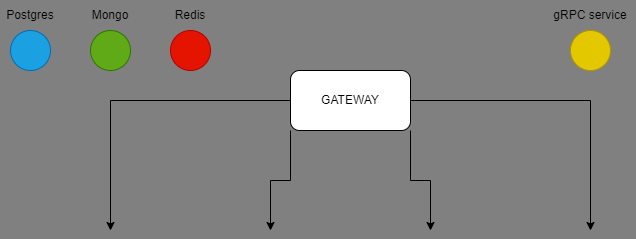
alserov/device-shop keeps this draw.io diagram as docs/schema.png. Above is the earlier version. Source tidied: cells renumbered, new cells last; positions are measured from the earlier drawing's top-left corner, leaving out a move shared by most shapes. The source it was exported from:
```xml
<mxGraphModel background="#808080">
  <root>
    <mxCell id="0" />
    <mxCell id="1" parent="0" />
    <mxCell id="2" style="edgeStyle=orthogonalEdgeStyle;rounded=0;jettySize=auto;html=1;exitX=0;exitY=0.5;exitDx=0;exitDy=0;entryX=0.5;entryY=0;entryDx=0;entryDy=0;fontSize=17;" parent="1" edge="1" source="6">
      <mxGeometry relative="1" as="geometry">
        <mxPoint x="110" y="230" as="targetPoint" />
      </mxGeometry>
    </mxCell>
    <mxCell id="3" style="edgeStyle=orthogonalEdgeStyle;rounded=0;jettySize=auto;html=1;exitX=1;exitY=1;exitDx=0;exitDy=0;entryX=0.5;entryY=0;entryDx=0;entryDy=0;fontSize=17;" parent="1" edge="1" source="6">
      <mxGeometry relative="1" as="geometry">
        <mxPoint x="430" y="230" as="targetPoint" />
      </mxGeometry>
    </mxCell>
    <mxCell id="4" style="edgeStyle=orthogonalEdgeStyle;rounded=0;jettySize=auto;html=1;exitX=1;exitY=0.5;exitDx=0;exitDy=0;entryX=0.5;entryY=0;entryDx=0;entryDy=0;fontSize=17;" parent="1" edge="1" source="6">
      <mxGeometry relative="1" as="geometry">
        <mxPoint x="590" y="230" as="targetPoint" />
      </mxGeometry>
    </mxCell>
    <mxCell id="5" style="edgeStyle=orthogonalEdgeStyle;rounded=0;jettySize=auto;html=1;exitX=0;exitY=1;exitDx=0;exitDy=0;fontSize=17;" parent="1" edge="1" source="6">
      <mxGeometry relative="1" as="geometry">
        <mxPoint x="270" y="230" as="targetPoint" />
      </mxGeometry>
    </mxCell>
    <mxCell id="6" value="GATEWAY" style="rounded=1;whiteSpace=wrap;html=1;" parent="1" vertex="1">
      <mxGeometry x="290" y="70" width="120" height="60" as="geometry" />
    </mxCell>
    <mxCell id="7" style="ellipse;whiteSpace=wrap;html=1;fillColor=#1ba1e2;strokeColor=#006EAF;fontColor=#ffffff;" parent="1" vertex="1">
      <mxGeometry x="10" y="30" width="40" height="40" as="geometry" />
    </mxCell>
    <mxCell id="8" value="Postgres" style="text;html=1;strokeColor=none;fillColor=none;align=center;verticalAlign=middle;whiteSpace=wrap;rounded=0;" parent="1" vertex="1">
      <mxGeometry width="60" height="30" as="geometry" />
    </mxCell>
    <mxCell id="9" style="ellipse;whiteSpace=wrap;html=1;fillColor=#60a917;strokeColor=#2D7600;fontColor=#ffffff;" parent="1" vertex="1">
      <mxGeometry x="90" y="30" width="40" height="40" as="geometry" />
    </mxCell>
    <mxCell id="10" value="Mongo" style="text;html=1;strokeColor=none;fillColor=none;align=center;verticalAlign=middle;whiteSpace=wrap;rounded=0;" parent="1" vertex="1">
      <mxGeometry x="80" width="60" height="30" as="geometry" />
    </mxCell>
    <mxCell id="11" style="ellipse;whiteSpace=wrap;html=1;fillColor=#e51400;strokeColor=#B20000;fontColor=#ffffff;" parent="1" vertex="1">
      <mxGeometry x="170" y="30" width="40" height="40" as="geometry" />
    </mxCell>
    <mxCell id="12" value="Redis" style="text;html=1;strokeColor=none;fillColor=none;align=center;verticalAlign=middle;whiteSpace=wrap;rounded=0;" parent="1" vertex="1">
      <mxGeometry x="160" width="60" height="30" as="geometry" />
    </mxCell>
    <mxCell id="13" style="ellipse;whiteSpace=wrap;html=1;fillColor=#e3c800;strokeColor=#B09500;fontColor=#000000;" parent="1" vertex="1">
      <mxGeometry x="570" y="30" width="40" height="40" as="geometry" />
    </mxCell>
    <mxCell id="14" value="gRPC service" style="text;html=1;strokeColor=none;fillColor=none;align=center;verticalAlign=middle;whiteSpace=wrap;rounded=0;" parent="1" vertex="1">
      <mxGeometry x="545" width="90" height="30" as="geometry" />
    </mxCell>
  </root>
</mxGraphModel>
```
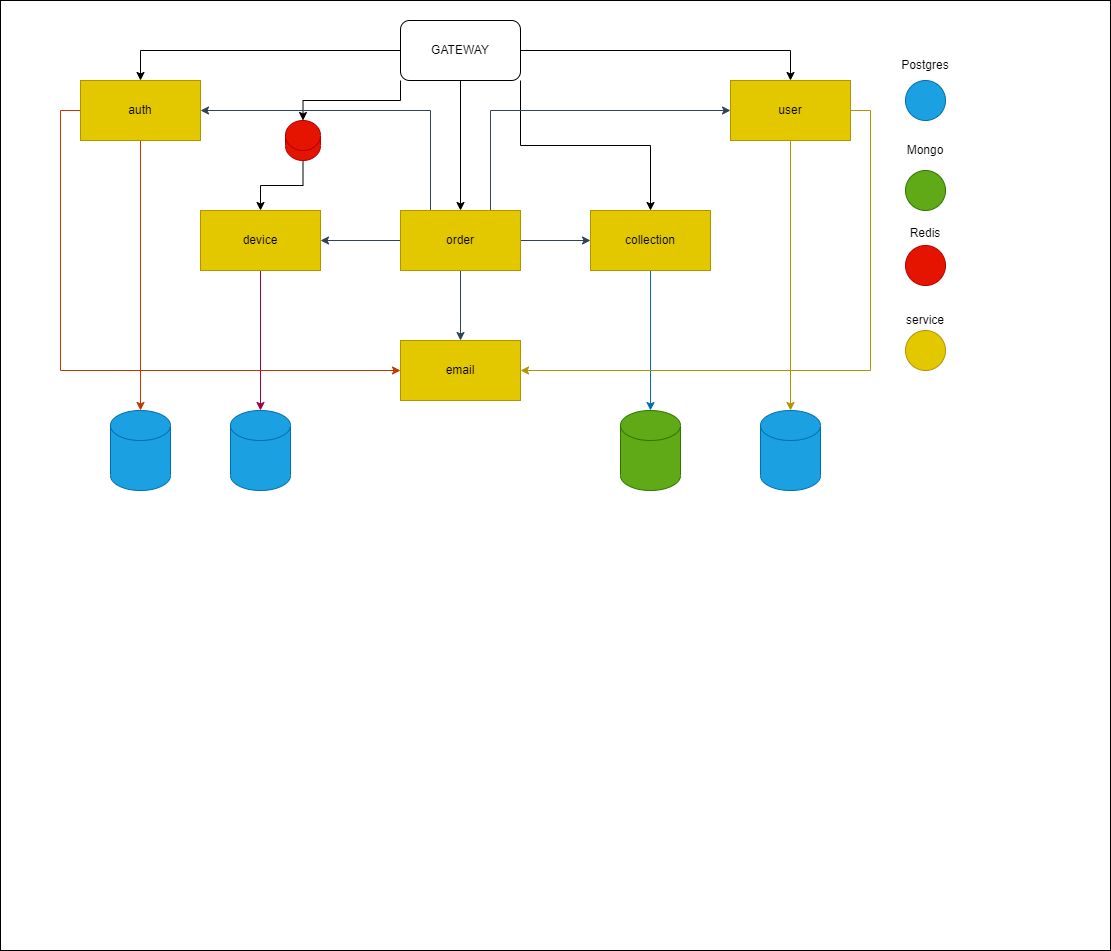
Later version of the same file.

Diff of the diagram source:
```diff
@@ -2,52 +2,119 @@
   <root>
     <mxCell id="0" />
     <mxCell id="1" parent="0" />
-    <mxCell id="2" style="edgeStyle=orthogonalEdgeStyle;rounded=0;jettySize=auto;html=1;exitX=0;exitY=0.5;exitDx=0;exitDy=0;entryX=0.5;entryY=0;entryDx=0;entryDy=0;fontSize=17;" parent="1" edge="1" source="6">
-      <mxGeometry relative="1" as="geometry">
-        <mxPoint x="110" y="230" as="targetPoint" />
-      </mxGeometry>
-    </mxCell>
-    <mxCell id="3" style="edgeStyle=orthogonalEdgeStyle;rounded=0;jettySize=auto;html=1;exitX=1;exitY=1;exitDx=0;exitDy=0;entryX=0.5;entryY=0;entryDx=0;entryDy=0;fontSize=17;" parent="1" edge="1" source="6">
-      <mxGeometry relative="1" as="geometry">
-        <mxPoint x="430" y="230" as="targetPoint" />
-      </mxGeometry>
-    </mxCell>
-    <mxCell id="4" style="edgeStyle=orthogonalEdgeStyle;rounded=0;jettySize=auto;html=1;exitX=1;exitY=0.5;exitDx=0;exitDy=0;entryX=0.5;entryY=0;entryDx=0;entryDy=0;fontSize=17;" parent="1" edge="1" source="6">
-      <mxGeometry relative="1" as="geometry">
-        <mxPoint x="590" y="230" as="targetPoint" />
-      </mxGeometry>
-    </mxCell>
-    <mxCell id="5" style="edgeStyle=orthogonalEdgeStyle;rounded=0;jettySize=auto;html=1;exitX=0;exitY=1;exitDx=0;exitDy=0;fontSize=17;" parent="1" edge="1" source="6">
-      <mxGeometry relative="1" as="geometry">
-        <mxPoint x="270" y="230" as="targetPoint" />
-      </mxGeometry>
-    </mxCell>
+    <mxCell id="15" style="rounded=0;whiteSpace=wrap;html=1;" parent="1" vertex="1">
+      <mxGeometry x="-90" y="-50" width="1110" height="950" as="geometry" />
+    </mxCell>
+    <mxCell id="16" style="edgeStyle=orthogonalEdgeStyle;rounded=0;jettySize=auto;html=1;exitX=0;exitY=0.5;exitDx=0;exitDy=0;entryX=0.5;entryY=0;entryDx=0;entryDy=0;fontSize=17;" parent="1" edge="1" source="6" target="25">
+      <mxGeometry relative="1" as="geometry" />
+    </mxCell>
+    <mxCell id="17" style="edgeStyle=orthogonalEdgeStyle;rounded=0;jettySize=auto;html=1;exitX=1;exitY=0.5;exitDx=0;exitDy=0;entryX=0.5;entryY=0;entryDx=0;entryDy=0;fontSize=17;" parent="1" edge="1" source="6" target="34">
+      <mxGeometry relative="1" as="geometry" />
+    </mxCell>
+    <mxCell id="18" style="edgeStyle=orthogonalEdgeStyle;rounded=0;jettySize=auto;html=1;exitX=1;exitY=1;exitDx=0;exitDy=0;" parent="1" edge="1" source="6" target="30">
+      <mxGeometry relative="1" as="geometry" />
+    </mxCell>
+    <mxCell id="19" style="edgeStyle=orthogonalEdgeStyle;rounded=0;jettySize=auto;html=1;exitX=0;exitY=1;exitDx=0;exitDy=0;entryX=0.5;entryY=0;entryDx=0;entryDy=0;entryPerimeter=0;" parent="1" edge="1" source="6" target="37">
+      <mxGeometry relative="1" as="geometry" />
+    </mxCell>
+    <mxCell id="20" style="edgeStyle=orthogonalEdgeStyle;rounded=0;jettySize=auto;html=1;exitX=0.5;exitY=1;exitDx=0;exitDy=0;" parent="1" edge="1" source="6" target="43">
+      <mxGeometry relative="1" as="geometry" />
+    </mxCell>
     <mxCell id="6" value="GATEWAY" style="rounded=1;whiteSpace=wrap;html=1;" parent="1" vertex="1">
-      <mxGeometry x="290" y="70" width="120" height="60" as="geometry" />
+      <mxGeometry x="310" y="-30" width="120" height="60" as="geometry" />
     </mxCell>
+    <mxCell id="21" style="edgeStyle=orthogonalEdgeStyle;rounded=0;jettySize=auto;html=1;exitX=0.5;exitY=1;exitDx=0;exitDy=0;entryX=0.5;entryY=0;entryDx=0;entryDy=0;entryPerimeter=0;fillColor=#d80073;strokeColor=#A50040;" parent="1" edge="1" source="22" target="28">
+      <mxGeometry relative="1" as="geometry" />
+    </mxCell>
+    <mxCell id="22" value="device" style="rounded=0;whiteSpace=wrap;html=1;fillColor=#e3c800;fontColor=#000000;strokeColor=#B09500;" parent="1" vertex="1">
+      <mxGeometry x="110" y="160" width="120" height="60" as="geometry" />
+    </mxCell>
+    <mxCell id="23" style="edgeStyle=orthogonalEdgeStyle;rounded=0;jettySize=auto;html=1;exitX=0.5;exitY=1;exitDx=0;exitDy=0;entryX=0.5;entryY=0;entryDx=0;entryDy=0;entryPerimeter=0;fillColor=#fa6800;strokeColor=#C73500;" parent="1" edge="1" source="25" target="27">
+      <mxGeometry relative="1" as="geometry" />
+    </mxCell>
+    <mxCell id="24" style="edgeStyle=orthogonalEdgeStyle;rounded=0;jettySize=auto;html=1;exitX=0;exitY=0.5;exitDx=0;exitDy=0;entryX=0;entryY=0.5;entryDx=0;entryDy=0;fillColor=#fa6800;strokeColor=#C73500;" parent="1" edge="1" source="25" target="26">
+      <mxGeometry relative="1" as="geometry" />
+    </mxCell>
+    <mxCell id="25" value="auth" style="rounded=0;whiteSpace=wrap;html=1;fillColor=#e3c800;fontColor=#000000;strokeColor=#B09500;" parent="1" vertex="1">
+      <mxGeometry x="-10" y="30" width="120" height="60" as="geometry" />
+    </mxCell>
+    <mxCell id="26" value="email" style="rounded=0;whiteSpace=wrap;html=1;fillColor=#e3c800;fontColor=#000000;strokeColor=#B09500;" parent="1" vertex="1">
+      <mxGeometry x="310" y="290" width="120" height="60" as="geometry" />
+    </mxCell>
+    <mxCell id="27" style="shape=cylinder3;whiteSpace=wrap;html=1;boundedLbl=1;backgroundOutline=1;size=15;labelBackgroundColor=#FFFF00;fillColor=#1ba1e2;fontColor=#ffffff;strokeColor=#006EAF;" parent="1" vertex="1">
+      <mxGeometry x="20" y="360" width="60" height="80" as="geometry" />
+    </mxCell>
+    <mxCell id="28" style="shape=cylinder3;whiteSpace=wrap;html=1;boundedLbl=1;backgroundOutline=1;size=15;labelBackgroundColor=#FFFF00;fillColor=#1ba1e2;fontColor=#ffffff;strokeColor=#006EAF;" parent="1" vertex="1">
+      <mxGeometry x="140" y="360" width="60" height="80" as="geometry" />
+    </mxCell>
+    <mxCell id="29" style="edgeStyle=orthogonalEdgeStyle;rounded=0;jettySize=auto;html=1;exitX=0.5;exitY=1;exitDx=0;exitDy=0;entryX=0.5;entryY=0;entryDx=0;entryDy=0;entryPerimeter=0;fillColor=#1ba1e2;strokeColor=#006EAF;" parent="1" edge="1" source="30" target="31">
+      <mxGeometry relative="1" as="geometry" />
+    </mxCell>
+    <mxCell id="30" value="collection" style="rounded=0;whiteSpace=wrap;html=1;fillColor=#e3c800;fontColor=#000000;strokeColor=#B09500;" parent="1" vertex="1">
+      <mxGeometry x="500" y="160" width="120" height="60" as="geometry" />
+    </mxCell>
+    <mxCell id="31" style="shape=cylinder3;whiteSpace=wrap;html=1;boundedLbl=1;backgroundOutline=1;size=15;labelBackgroundColor=#FFFF00;fillColor=#60a917;fontColor=#ffffff;strokeColor=#2D7600;" parent="1" vertex="1">
+      <mxGeometry x="530" y="360" width="60" height="80" as="geometry" />
+    </mxCell>
+    <mxCell id="32" style="edgeStyle=orthogonalEdgeStyle;rounded=0;jettySize=auto;html=1;exitX=0.5;exitY=1;exitDx=0;exitDy=0;entryX=0.5;entryY=0;entryDx=0;entryDy=0;entryPerimeter=0;fillColor=#e3c800;strokeColor=#B09500;" parent="1" edge="1" source="34" target="35">
+      <mxGeometry relative="1" as="geometry" />
+    </mxCell>
+    <mxCell id="33" style="edgeStyle=orthogonalEdgeStyle;rounded=0;jettySize=auto;html=1;exitX=1;exitY=0.5;exitDx=0;exitDy=0;entryX=1;entryY=0.5;entryDx=0;entryDy=0;fillColor=#e3c800;strokeColor=#B09500;" parent="1" edge="1" source="34" target="26">
+      <mxGeometry relative="1" as="geometry" />
+    </mxCell>
+    <mxCell id="34" value="user" style="rounded=0;whiteSpace=wrap;html=1;fillColor=#e3c800;fontColor=#000000;strokeColor=#B09500;" parent="1" vertex="1">
+      <mxGeometry x="640" y="30" width="120" height="60" as="geometry" />
+    </mxCell>
+    <mxCell id="35" style="shape=cylinder3;whiteSpace=wrap;html=1;boundedLbl=1;backgroundOutline=1;size=15;labelBackgroundColor=#FFFF00;fillColor=#1ba1e2;fontColor=#ffffff;strokeColor=#006EAF;" parent="1" vertex="1">
+      <mxGeometry x="670" y="360" width="60" height="80" as="geometry" />
+    </mxCell>
+    <mxCell id="36" style="edgeStyle=orthogonalEdgeStyle;rounded=0;jettySize=auto;html=1;exitX=0.5;exitY=1;exitDx=0;exitDy=0;exitPerimeter=0;entryX=0.5;entryY=0;entryDx=0;entryDy=0;" parent="1" edge="1" source="37" target="22">
+      <mxGeometry relative="1" as="geometry" />
+    </mxCell>
+    <mxCell id="37" style="shape=cylinder3;whiteSpace=wrap;html=1;boundedLbl=1;backgroundOutline=1;size=15;labelBackgroundColor=none;fillColor=#e51400;fontColor=#ffffff;strokeColor=#B20000;" parent="1" vertex="1">
+      <mxGeometry x="195" y="70" width="35" height="40" as="geometry" />
+    </mxCell>
+    <mxCell id="38" style="edgeStyle=orthogonalEdgeStyle;rounded=0;jettySize=auto;html=1;exitX=1;exitY=0.5;exitDx=0;exitDy=0;entryX=0;entryY=0.5;entryDx=0;entryDy=0;fillColor=#647687;strokeColor=#314354;" parent="1" edge="1" source="43" target="30">
+      <mxGeometry relative="1" as="geometry" />
+    </mxCell>
+    <mxCell id="39" style="edgeStyle=orthogonalEdgeStyle;rounded=0;jettySize=auto;html=1;exitX=0.75;exitY=0;exitDx=0;exitDy=0;entryX=0;entryY=0.5;entryDx=0;entryDy=0;fillColor=#647687;strokeColor=#314354;" parent="1" edge="1" source="43" target="34">
+      <mxGeometry relative="1" as="geometry" />
+    </mxCell>
+    <mxCell id="40" style="edgeStyle=orthogonalEdgeStyle;rounded=0;jettySize=auto;html=1;exitX=0;exitY=0.5;exitDx=0;exitDy=0;entryX=1;entryY=0.5;entryDx=0;entryDy=0;fillColor=#647687;strokeColor=#314354;" parent="1" edge="1" source="43" target="22">
+      <mxGeometry relative="1" as="geometry" />
+    </mxCell>
+    <mxCell id="41" style="edgeStyle=orthogonalEdgeStyle;rounded=0;jettySize=auto;html=1;exitX=0.25;exitY=0;exitDx=0;exitDy=0;entryX=1;entryY=0.5;entryDx=0;entryDy=0;fillColor=#647687;strokeColor=#314354;" parent="1" edge="1" source="43" target="25">
+      <mxGeometry relative="1" as="geometry" />
+    </mxCell>
+    <mxCell id="42" style="edgeStyle=orthogonalEdgeStyle;rounded=0;jettySize=auto;html=1;exitX=0.5;exitY=1;exitDx=0;exitDy=0;entryX=0.5;entryY=0;entryDx=0;entryDy=0;fillColor=#647687;strokeColor=#314354;" parent="1" edge="1" source="43" target="26">
+      <mxGeometry relative="1" as="geometry" />
+    </mxCell>
+    <mxCell id="43" value="order" style="rounded=0;whiteSpace=wrap;html=1;labelBackgroundColor=none;fillColor=#e3c800;fontColor=#000000;strokeColor=#B09500;" parent="1" vertex="1">
+      <mxGeometry x="310" y="160" width="120" height="60" as="geometry" />
+    </mxCell>
     <mxCell id="7" style="ellipse;whiteSpace=wrap;html=1;fillColor=#1ba1e2;strokeColor=#006EAF;fontColor=#ffffff;" parent="1" vertex="1">
-      <mxGeometry x="10" y="30" width="40" height="40" as="geometry" />
+      <mxGeometry x="815" y="30" width="40" height="40" as="geometry" />
     </mxCell>
     <mxCell id="8" value="Postgres" style="text;html=1;strokeColor=none;fillColor=none;align=center;verticalAlign=middle;whiteSpace=wrap;rounded=0;" parent="1" vertex="1">
-      <mxGeometry width="60" height="30" as="geometry" />
+      <mxGeometry x="805" width="60" height="30" as="geometry" />
     </mxCell>
     <mxCell id="9" style="ellipse;whiteSpace=wrap;html=1;fillColor=#60a917;strokeColor=#2D7600;fontColor=#ffffff;" parent="1" vertex="1">
-      <mxGeometry x="90" y="30" width="40" height="40" as="geometry" />
+      <mxGeometry x="815" y="120" width="40" height="40" as="geometry" />
     </mxCell>
-    <mxCell id="10" value="Mongo" style="text;html=1;strokeColor=none;fillColor=none;align=center;verticalAlign=middle;whiteSpace=wrap;rounded=0;" parent="1" vertex="1">
-      <mxGeometry x="80" width="60" height="30" as="geometry" />
-    </mxCell>
     <mxCell id="11" style="ellipse;whiteSpace=wrap;html=1;fillColor=#e51400;strokeColor=#B20000;fontColor=#ffffff;" parent="1" vertex="1">
-      <mxGeometry x="170" y="30" width="40" height="40" as="geometry" />
+      <mxGeometry x="815" y="195" width="40" height="40" as="geometry" />
     </mxCell>
     <mxCell id="12" value="Redis" style="text;html=1;strokeColor=none;fillColor=none;align=center;verticalAlign=middle;whiteSpace=wrap;rounded=0;" parent="1" vertex="1">
-      <mxGeometry x="160" width="60" height="30" as="geometry" />
+      <mxGeometry x="805" y="180" width="60" height="5" as="geometry" />
     </mxCell>
     <mxCell id="13" style="ellipse;whiteSpace=wrap;html=1;fillColor=#e3c800;strokeColor=#B09500;fontColor=#000000;" parent="1" vertex="1">
-      <mxGeometry x="570" y="30" width="40" height="40" as="geometry" />
+      <mxGeometry x="815" y="280" width="40" height="40" as="geometry" />
     </mxCell>
-    <mxCell id="14" value="gRPC service" style="text;html=1;strokeColor=none;fillColor=none;align=center;verticalAlign=middle;whiteSpace=wrap;rounded=0;" parent="1" vertex="1">
-      <mxGeometry x="545" width="90" height="30" as="geometry" />
-    </mxCell>
+    <mxCell id="44" value="service" style="text;html=1;strokeColor=none;fillColor=none;align=center;verticalAlign=middle;whiteSpace=wrap;rounded=0;" parent="1" vertex="1">
+      <mxGeometry x="790" y="260" width="90" height="20" as="geometry" />
+    </mxCell>
+    <mxCell id="10" value="Mongo" style="text;html=1;strokeColor=none;fillColor=none;align=center;verticalAlign=middle;whiteSpace=wrap;rounded=0;" parent="1" vertex="1">
+      <mxGeometry x="805" y="90" width="60" height="20" as="geometry" />
+    </mxCell>
   </root>
 </mxGraphModel>
```
